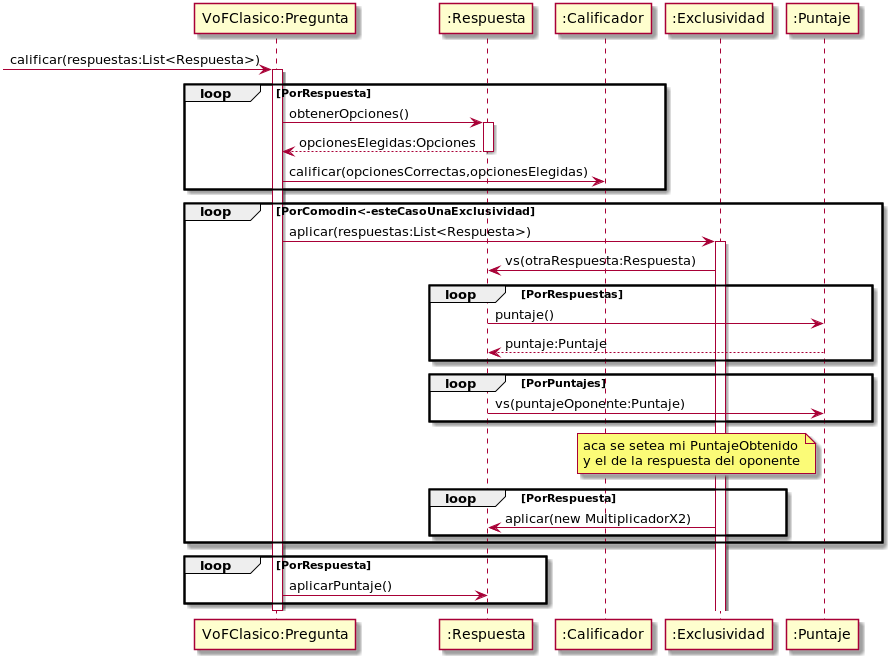
Above: src/main/java/edu/fiuba/algo3/Diagramas/png/DS/DSComodin4.png in Alex1161/TP2 (PlantUML), before the change.
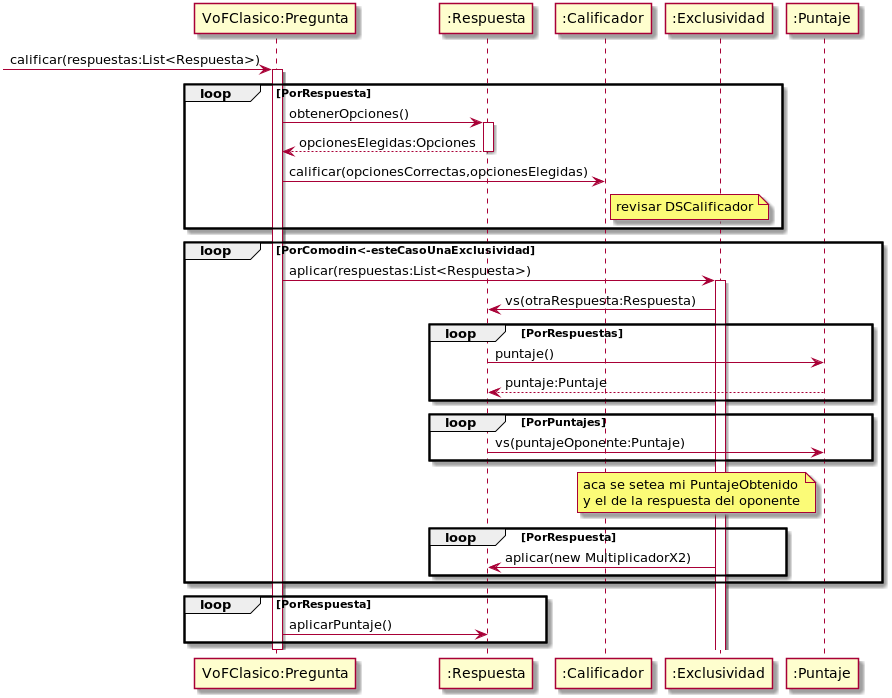
After the commit.

Change to the diagram source:
```diff
@@ -8,6 +8,12 @@
 ":Respuesta"-->"VoFClasico:Pregunta": opcionesElegidas:Opciones
 deactivate ":Respuesta"
 "VoFClasico:Pregunta"->":Calificador":calificar(opcionesCorrectas,opcionesElegidas)
+
+note right ":Calificador"
+revisar DSCalificador
+end note
+
+
 end
 loop PorComodin<-esteCasoUnaExclusividad
 "VoFClasico:Pregunta"->":Exclusividad":aplicar(respuestas:List<Respuesta>)
```
